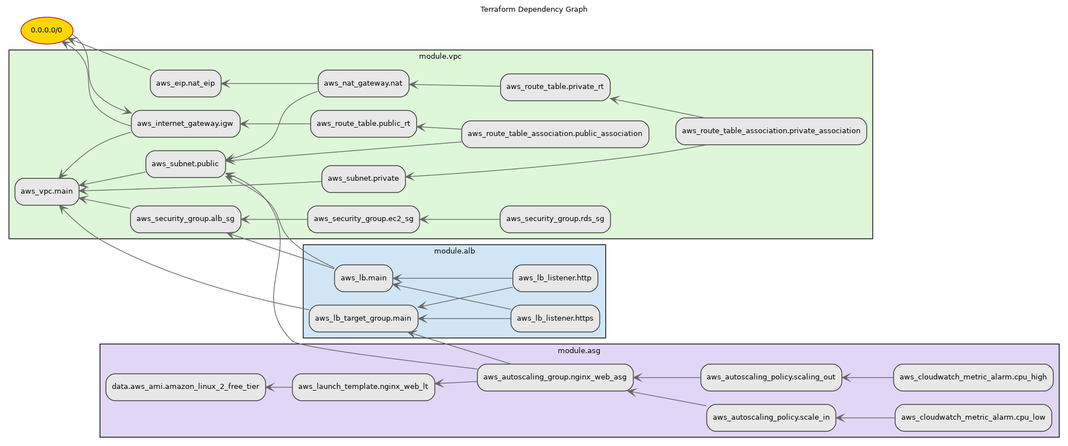
This is assets/graph.png from DimRev/devops-multitier-app-terraform, a Graphviz export, as it was before one commit. Its source is kept beside it as assets/graph.dot.
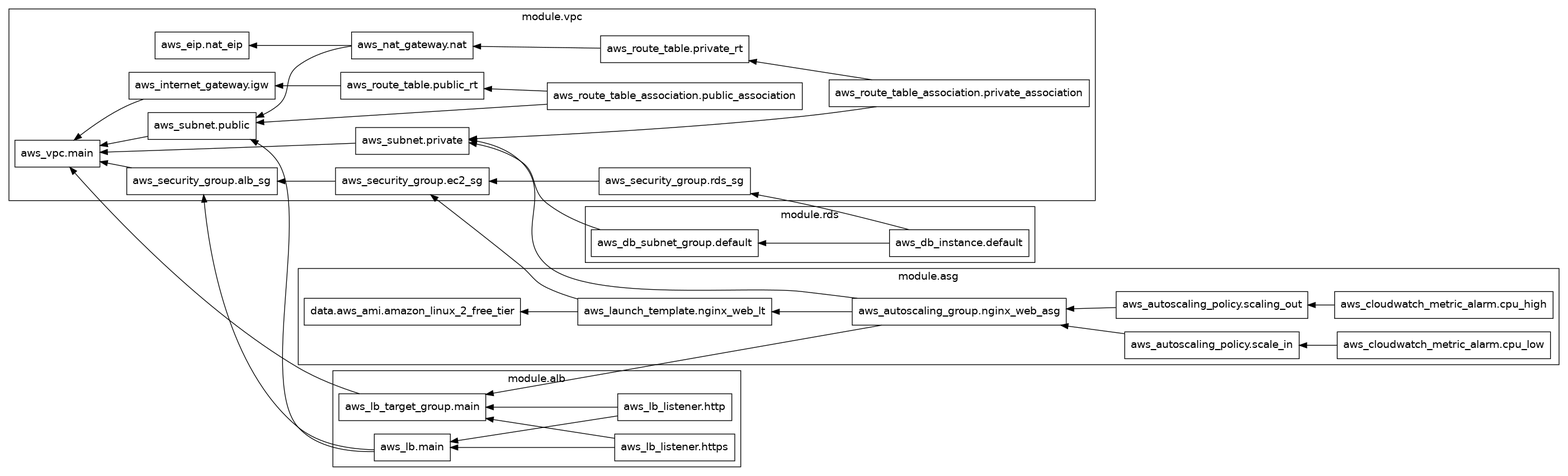
After the commit.

Commit message:
feat(rds): Add RDS module

Change to the diagram source:
```diff
@@ -1,46 +1,17 @@
 digraph G {
-  rankdir="RL";
-  bgcolor="#ffffff";
-  fontname="Helvetica";
-  fontsize=10;
-  label="Terraform Dependency Graph";
-  labelloc="t";
-  labeljust="c";
-
-  node [
-    shape=box,
-    style="rounded,filled",
-    fontname="Helvetica",
-    fontsize=10,
-    fillcolor="#E8E8E8",
-    color="#333333"
-  ];
-
-  edge [
-    fontname="Helvetica",
-    fontsize=8,
-    color="#666666",
-    arrowhead=vee
-  ];
-
-  "anywhere" [label="0.0.0.0/0", shape=ellipse, style="filled", fillcolor="#FFD700", fontname="Helvetica", fontsize=10, color="#CC0000"];
-
-  subgraph cluster_module_alb {
-    label = "module.alb";
-    style=filled;
-    fillcolor="#D0E6F7";
-    fontname="Helvetica";
+  rankdir = "RL";
+  node [shape = rect, fontname = "sans-serif"];
+  subgraph "cluster_module.alb" {
+    label = "module.alb"
+    fontname = "sans-serif"
     "module.alb.aws_lb.main" [label="aws_lb.main"];
     "module.alb.aws_lb_listener.http" [label="aws_lb_listener.http"];
     "module.alb.aws_lb_listener.https" [label="aws_lb_listener.https"];
     "module.alb.aws_lb_target_group.main" [label="aws_lb_target_group.main"];
   }
-
-  subgraph cluster_module_asg {
-    label = "module.asg";
-    style=filled;
-    fillcolor="#E2D6F7";
-    fontname="Helvetica";
+  subgraph "cluster_module.asg" {
+    label = "module.asg"
+    fontname = "sans-serif"
     "module.asg.data.aws_ami.amazon_linux_2_free_tier" [label="data.aws_ami.amazon_linux_2_free_tier"];
     "module.asg.aws_autoscaling_group.nginx_web_asg" [label="aws_autoscaling_group.nginx_web_asg"];
     "module.asg.aws_autoscaling_policy.scale_in" [label="aws_autoscaling_policy.scale_in"];
@@ -49,12 +20,15 @@
     "module.asg.aws_cloudwatch_metric_alarm.cpu_low" [label="aws_cloudwatch_metric_alarm.cpu_low"];
     "module.asg.aws_launch_template.nginx_web_lt" [label="aws_launch_template.nginx_web_lt"];
   }
-
-  subgraph cluster_module_vpc {
-    label = "module.vpc";
-    style=filled;
-    fillcolor="#DFF7D9";
-    fontname="Helvetica";
+  subgraph "cluster_module.rds" {
+    label = "module.rds"
+    fontname = "sans-serif"
+    "module.rds.aws_db_instance.default" [label="aws_db_instance.default"];
+    "module.rds.aws_db_subnet_group.default" [label="aws_db_subnet_group.default"];
+  }
+  subgraph "cluster_module.vpc" {
+    label = "module.vpc"
+    fontname = "sans-serif"
     "module.vpc.aws_eip.nat_eip" [label="aws_eip.nat_eip"];
     "module.vpc.aws_internet_gateway.igw" [label="aws_internet_gateway.igw"];
     "module.vpc.aws_nat_gateway.nat" [label="aws_nat_gateway.nat"];
@@ -69,7 +43,6 @@
     "module.vpc.aws_subnet.public" [label="aws_subnet.public"];
     "module.vpc.aws_vpc.main" [label="aws_vpc.main"];
   }
-
   "module.alb.aws_lb.main" -> "module.vpc.aws_security_group.alb_sg";
   "module.alb.aws_lb.main" -> "module.vpc.aws_subnet.public";
   "module.alb.aws_lb_listener.http" -> "module.alb.aws_lb.main";
@@ -79,16 +52,17 @@
   "module.alb.aws_lb_target_group.main" -> "module.vpc.aws_vpc.main";
   "module.asg.aws_autoscaling_group.nginx_web_asg" -> "module.alb.aws_lb_target_group.main";
   "module.asg.aws_autoscaling_group.nginx_web_asg" -> "module.asg.aws_launch_template.nginx_web_lt";
-  "module.asg.aws_autoscaling_group.nginx_web_asg" -> "module.vpc.aws_subnet.public";
+  "module.asg.aws_autoscaling_group.nginx_web_asg" -> "module.vpc.aws_subnet.private";
   "module.asg.aws_autoscaling_policy.scale_in" -> "module.asg.aws_autoscaling_group.nginx_web_asg";
   "module.asg.aws_autoscaling_policy.scaling_out" -> "module.asg.aws_autoscaling_group.nginx_web_asg";
   "module.asg.aws_cloudwatch_metric_alarm.cpu_high" -> "module.asg.aws_autoscaling_policy.scaling_out";
   "module.asg.aws_cloudwatch_metric_alarm.cpu_low" -> "module.asg.aws_autoscaling_policy.scale_in";
   "module.asg.aws_launch_template.nginx_web_lt" -> "module.asg.data.aws_ami.amazon_linux_2_free_tier";
+  "module.asg.aws_launch_template.nginx_web_lt" -> "module.vpc.aws_security_group.ec2_sg";
+  "module.rds.aws_db_instance.default" -> "module.rds.aws_db_subnet_group.default";
+  "module.rds.aws_db_instance.default" -> "module.vpc.aws_security_group.rds_sg";
+  "module.rds.aws_db_subnet_group.default" -> "module.vpc.aws_subnet.private";
   "module.vpc.aws_internet_gateway.igw" -> "module.vpc.aws_vpc.main";
-  "module.vpc.aws_internet_gateway.igw" -> "anywhere";
-  "anywhere" -> "module.vpc.aws_internet_gateway.igw";
-  "module.vpc.aws_eip.nat_eip" -> "anywhere";
   "module.vpc.aws_nat_gateway.nat" -> "module.vpc.aws_eip.nat_eip";
   "module.vpc.aws_nat_gateway.nat" -> "module.vpc.aws_subnet.public";
   "module.vpc.aws_route_table.private_rt" -> "module.vpc.aws_nat_gateway.nat";
```
